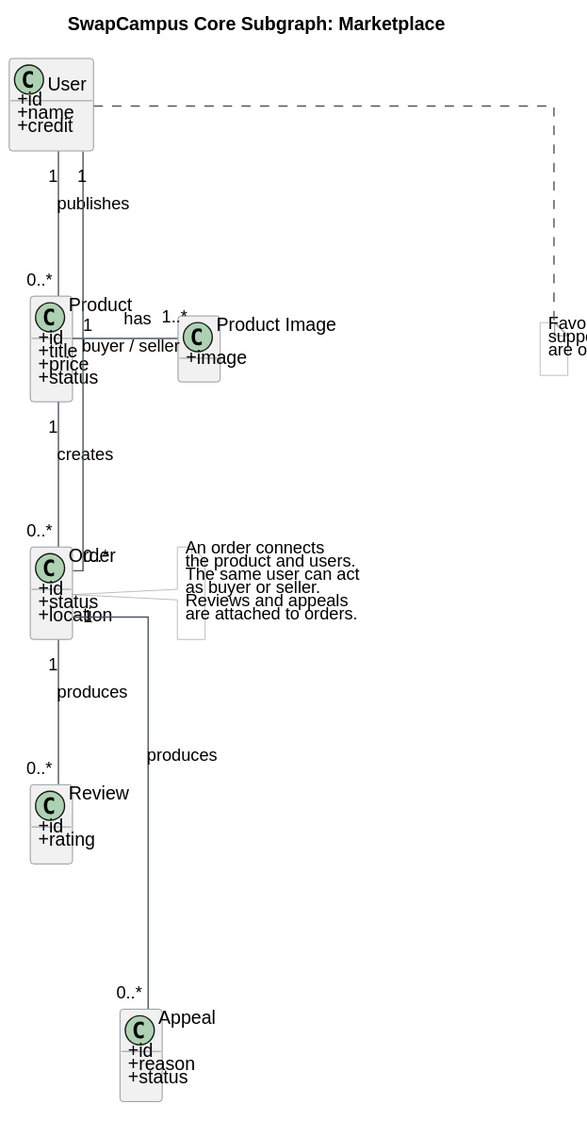
This is infra/swapcampus-domain-marketplace.svg from qijinyu0608/SwapCampus, a PlantUML export, as it was before one commit.
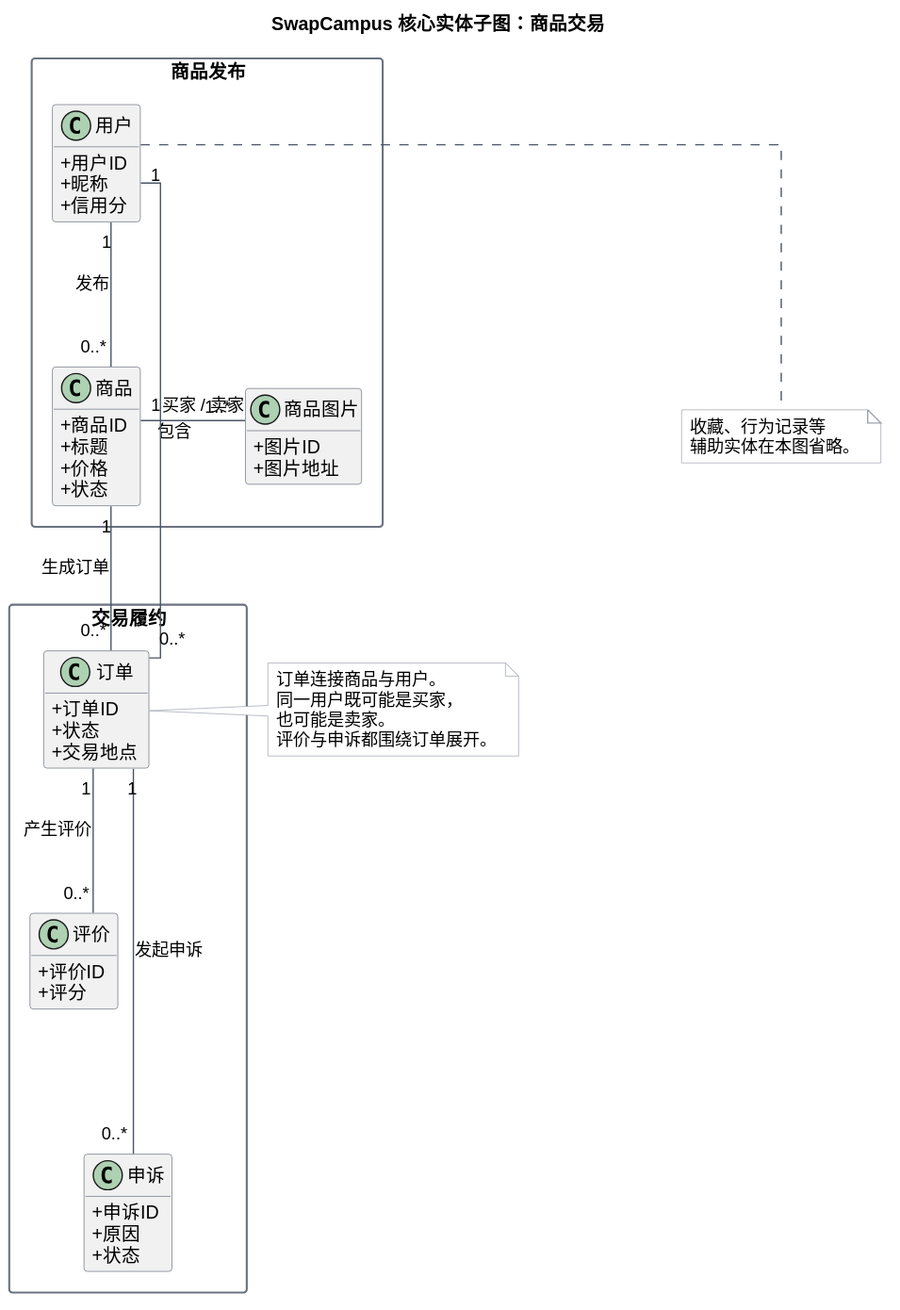
Above is the later version.

The edit, as a diff of the source:
```diff
@@ -1,5 +1,5 @@
 @startuml
-title SwapCampus Core Subgraph: Marketplace
+title SwapCampus 核心实体子图：商品交易
 
 skinparam shadowing false
 skinparam backgroundColor white
@@ -17,38 +17,43 @@
 hide methods
 top to bottom direction
 
-class "User" as User {
-  +id
-  +name
-  +credit
+package "商品发布" {
+  class "用户" as User {
+    +用户ID
+    +昵称
+    +信用分
+  }
+
+  class "商品" as Product {
+    +商品ID
+    +标题
+    +价格
+    +状态
+  }
+
+  class "商品图片" as ProductImage {
+    +图片ID
+    +图片地址
+  }
 }
 
-class "Product" as Product {
-  +id
-  +title
-  +price
-  +status
-}
+package "交易履约" {
+  class "订单" as Order {
+    +订单ID
+    +状态
+    +交易地点
+  }
 
-class "Product Image" as ProductImage {
-  +image
-}
+  class "评价" as Review {
+    +评价ID
+    +评分
+  }
 
-class "Order" as Order {
-  +id
-  +status
-  +location
-}
-
-class "Review" as Review {
-  +id
-  +rating
-}
-
-class "Appeal" as Appeal {
-  +id
-  +reason
-  +status
+  class "申诉" as Appeal {
+    +申诉ID
+    +原因
+    +状态
+  }
 }
 
 User -[hidden]down- Product
@@ -57,25 +62,22 @@
 Review -[hidden]down- Appeal
 Product -[hidden]right- ProductImage
 
-User "1" -down- "0..*" Product : publishes
-Product "1" -down- "0..*" Order : creates
-User "1" -[norank]right- "0..*" Order : buyer / seller
-Product "1" -right- "1..*" ProductImage : has
-Order "1" -down- "0..*" Review : produces
-Order "1" -down- "0..*" Appeal : produces
+User "1" -down- "0..*" Product : 发布
+Product "1" -down- "0..*" Order : 生成订单
+User "1" -[norank]right- "0..*" Order : 买家 / 卖家
+Product "1" -right- "1..*" ProductImage : 包含
+Order "1" -down- "0..*" Review : 产生评价
+Order "1" -down- "0..*" Appeal : 发起申诉
 
 note bottom of User
-Favorites and other
-supporting entities
-are omitted here.
+收藏、行为记录等
+辅助实体在本图省略。
 end note
 
 note right of Order
-An order connects
-the product and users.
-The same user can act
-as buyer or seller.
-Reviews and appeals
-are attached to orders.
+订单连接商品与用户。
+同一用户既可能是买家，
+也可能是卖家。
+评价与申诉都围绕订单展开。
 end note
 @enduml
```
